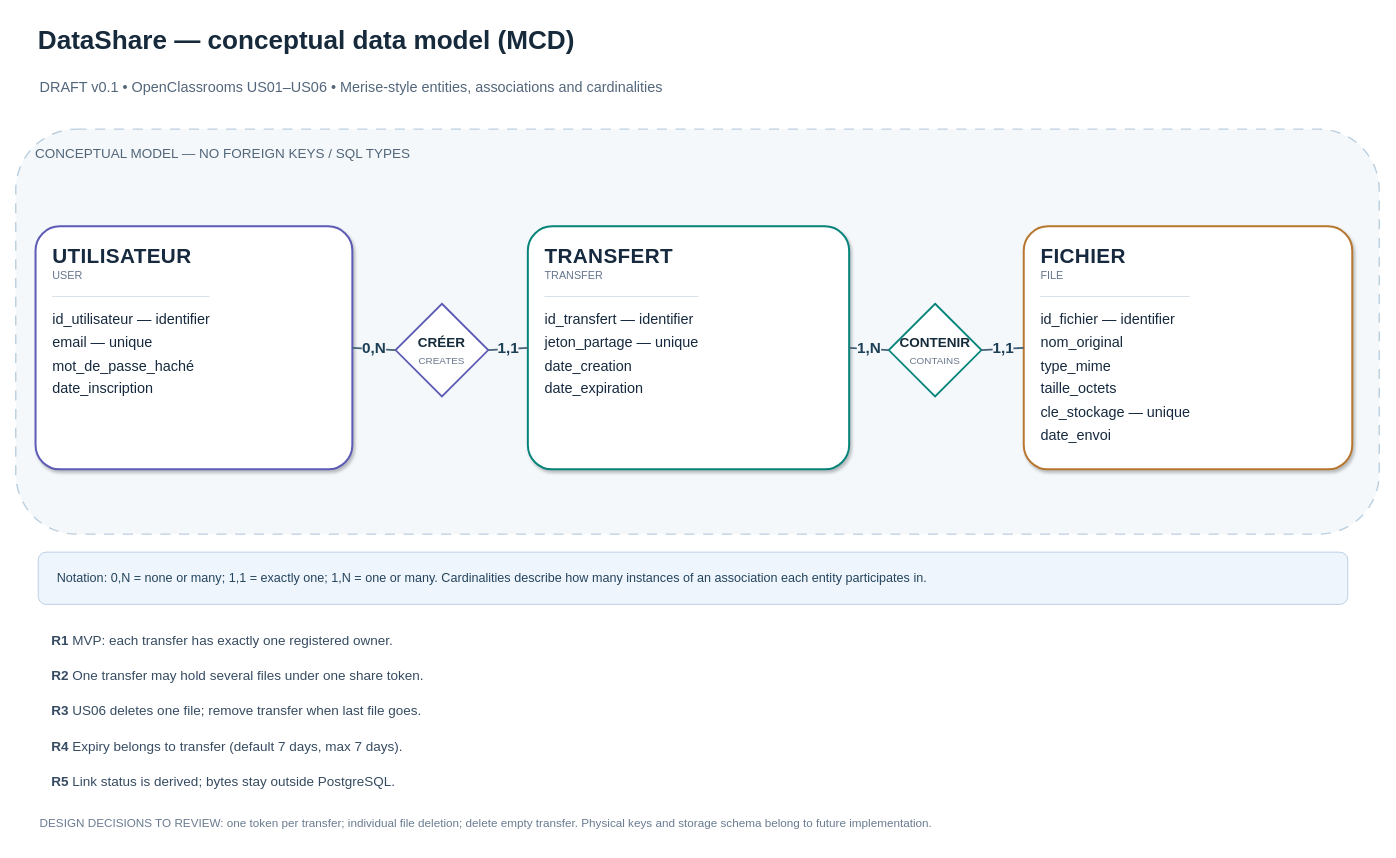
The draw.io diagram docs/diagrams/data-model.drawio in jlbokass/datashare, before the edit. Source tidied: cells renumbered, new cells numbered last; positions are measured from the earlier drawing's top-left corner, leaving out a move shared by most shapes. Both pictures are drawn from the tidied source at 90%, with x=0, y=0 at pixel (15, 15).
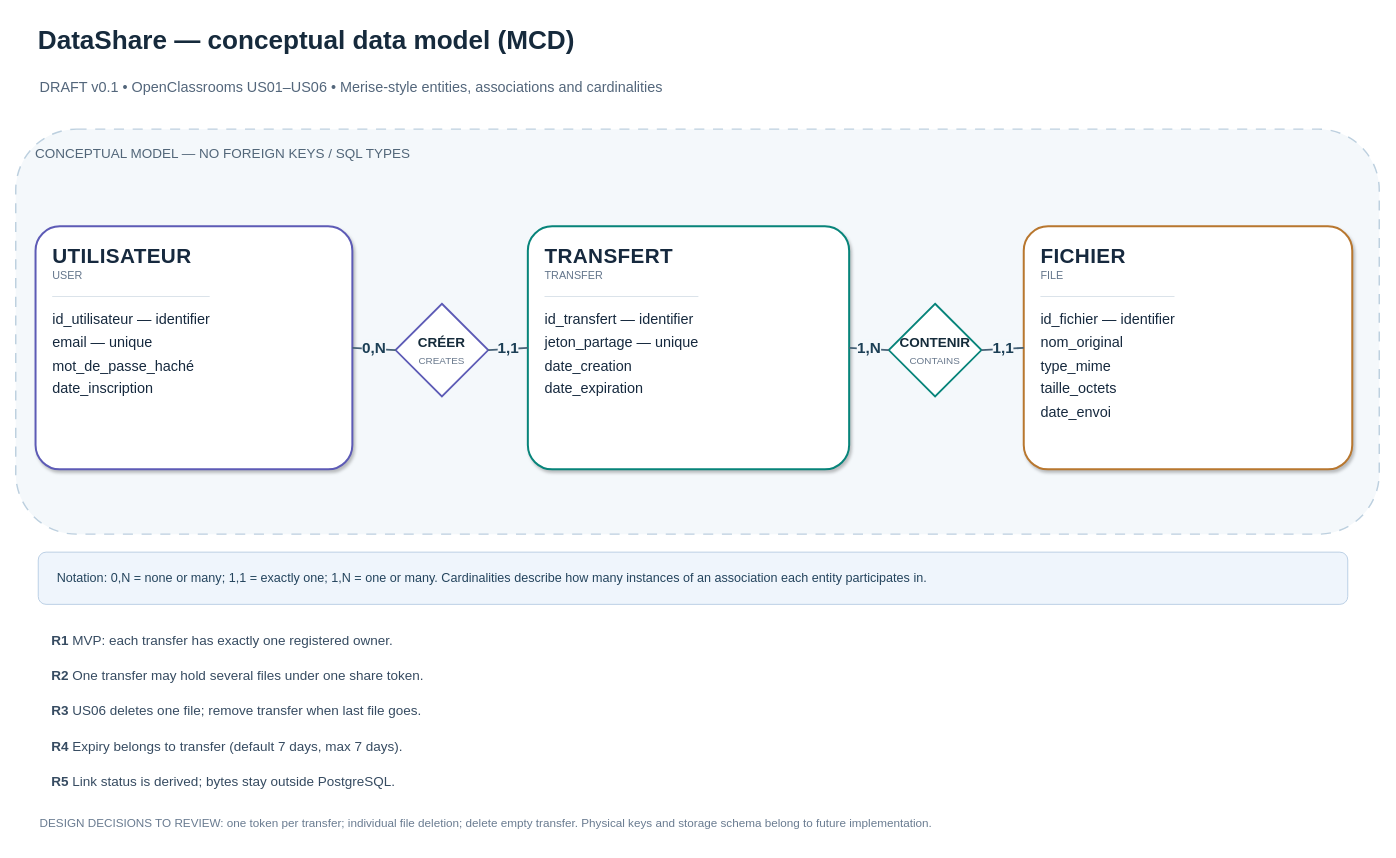
The same diagram, later.

Commit message:
docs(DESIGN-02): keep physical storage reference out of conceptual model

Diff of the diagram source:
```diff
@@
-    <mxCell id="7" value="&lt;div style=&quot;font-size:23px;font-weight:bold;letter-spacing:.4px&quot;&gt;FICHIER&lt;/div&gt;&lt;div style=&quot;font-size:12px;color:#63758b;margin-bottom:16px&quot;&gt;FILE&lt;/div&gt;&lt;hr style=&quot;border:0;border-top:1px solid #d7e0e8;margin:10px 0&quot;/&gt;&lt;div style=&quot;font-size:16px;line-height:1.3;padding-top:5px&quot;&gt;id_fichier — identifier&lt;/div&gt;&lt;div style=&quot;font-size:16px;line-height:1.3;padding-top:5px&quot;&gt;nom_original&lt;/div&gt;&lt;div style=&quot;font-size:16px;line-height:1.3;padding-top:5px&quot;&gt;type_mime&lt;/div&gt;&lt;div style=&quot;font-size:16px;line-height:1.3;padding-top:5px&quot;&gt;taille_octets&lt;/div&gt;&lt;div style=&quot;font-size:16px;line-height:1.3;padding-top:5px&quot;&gt;cle_stockage — unique&lt;/div&gt;&lt;div style=&quot;font-size:16px;line-height:1.3;padding-top:5px&quot;&gt;date_envoi&lt;/div&gt;" style="rounded=1;arcSize=10;whiteSpace=wrap;html=1;align=left;verticalAlign=top;spacingLeft=17;spacingRight=13;spacingTop=13;fontColor=#16293e;fontSize=17;strokeColor=#b8772f;strokeWidth=2.2;fillColor=#ffffff;shadow=1;" parent="1" vertex="1">
+    <mxCell id="7" value="&lt;div style=&quot;font-size:23px;font-weight:bold;letter-spacing:.4px&quot;&gt;FICHIER&lt;/div&gt;&lt;div style=&quot;font-size:12px;color:#63758b;margin-bottom:16px&quot;&gt;FILE&lt;/div&gt;&lt;hr style=&quot;border:0;border-top:1px solid #d7e0e8;margin:10px 0&quot;/&gt;&lt;div style=&quot;font-size:16px;line-height:1.3;padding-top:5px&quot;&gt;id_fichier — identifier&lt;/div&gt;&lt;div style=&quot;font-size:16px;line-height:1.3;padding-top:5px&quot;&gt;nom_original&lt;/div&gt;&lt;div style=&quot;font-size:16px;line-height:1.3;padding-top:5px&quot;&gt;type_mime&lt;/div&gt;&lt;div style=&quot;font-size:16px;line-height:1.3;padding-top:5px&quot;&gt;taille_octets&lt;/div&gt;&lt;div style=&quot;font-size:16px;line-height:1.3;padding-top:5px&quot;&gt;date_envoi&lt;/div&gt;" style="rounded=1;arcSize=10;whiteSpace=wrap;html=1;align=left;verticalAlign=top;spacingLeft=17;spacingRight=13;spacingTop=13;fontColor=#16293e;fontSize=17;strokeColor=#b8772f;strokeWidth=2.2;fillColor=#ffffff;shadow=1;" parent="1" vertex="1">
       <mxGeometry x="1120" y="234" width="365" height="270" as="geometry" />
     </mxCell>
```
